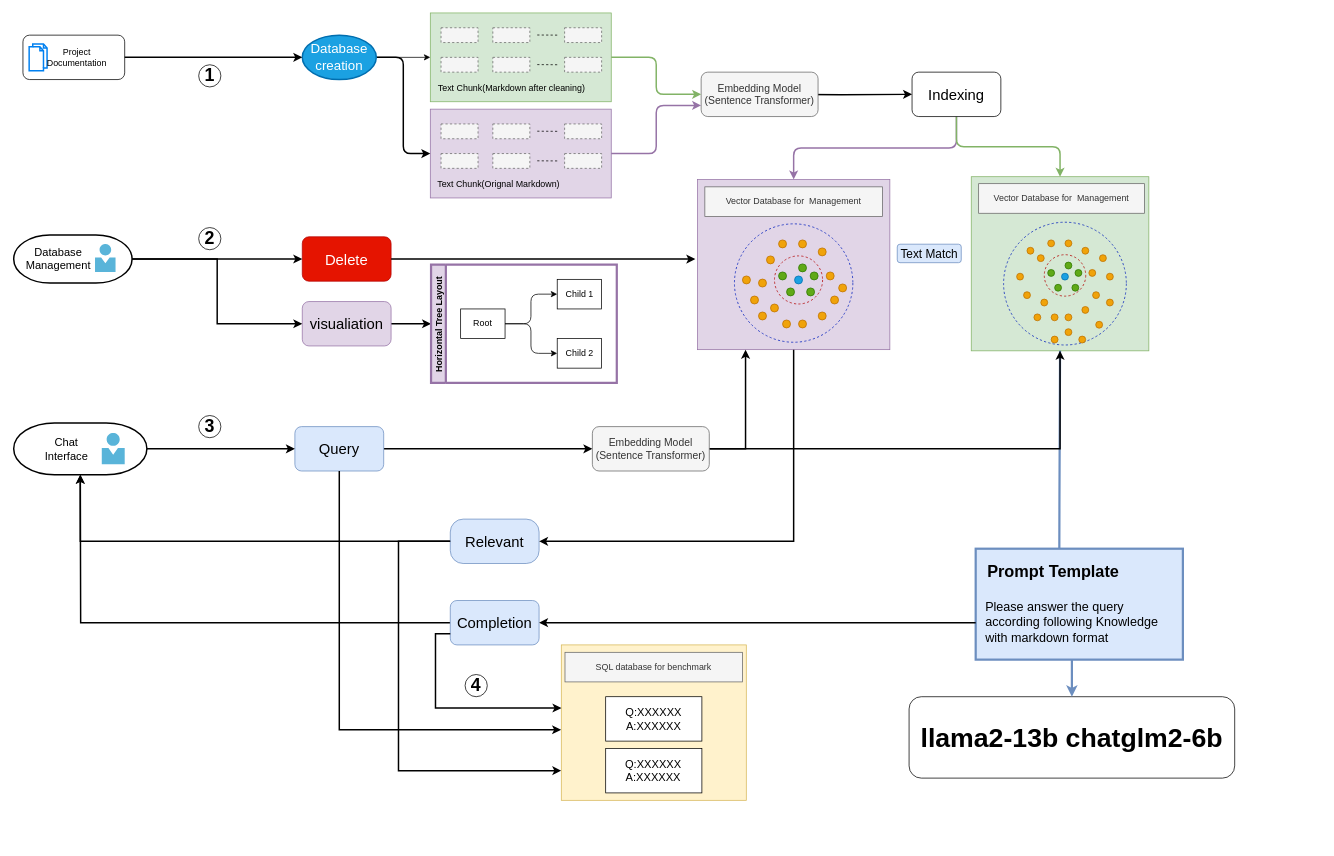
Above: chatbot.drawio in PRIDE-Archive/pride-chat-ui (draw.io), before the change. Source tidied: cells renumbered, new cells numbered last; positions are measured from the earlier drawing's top-left corner, leaving out a move shared by most shapes. Both pictures are drawn from the tidied source at 74%, with x=0, y=0 at pixel (13, 13).
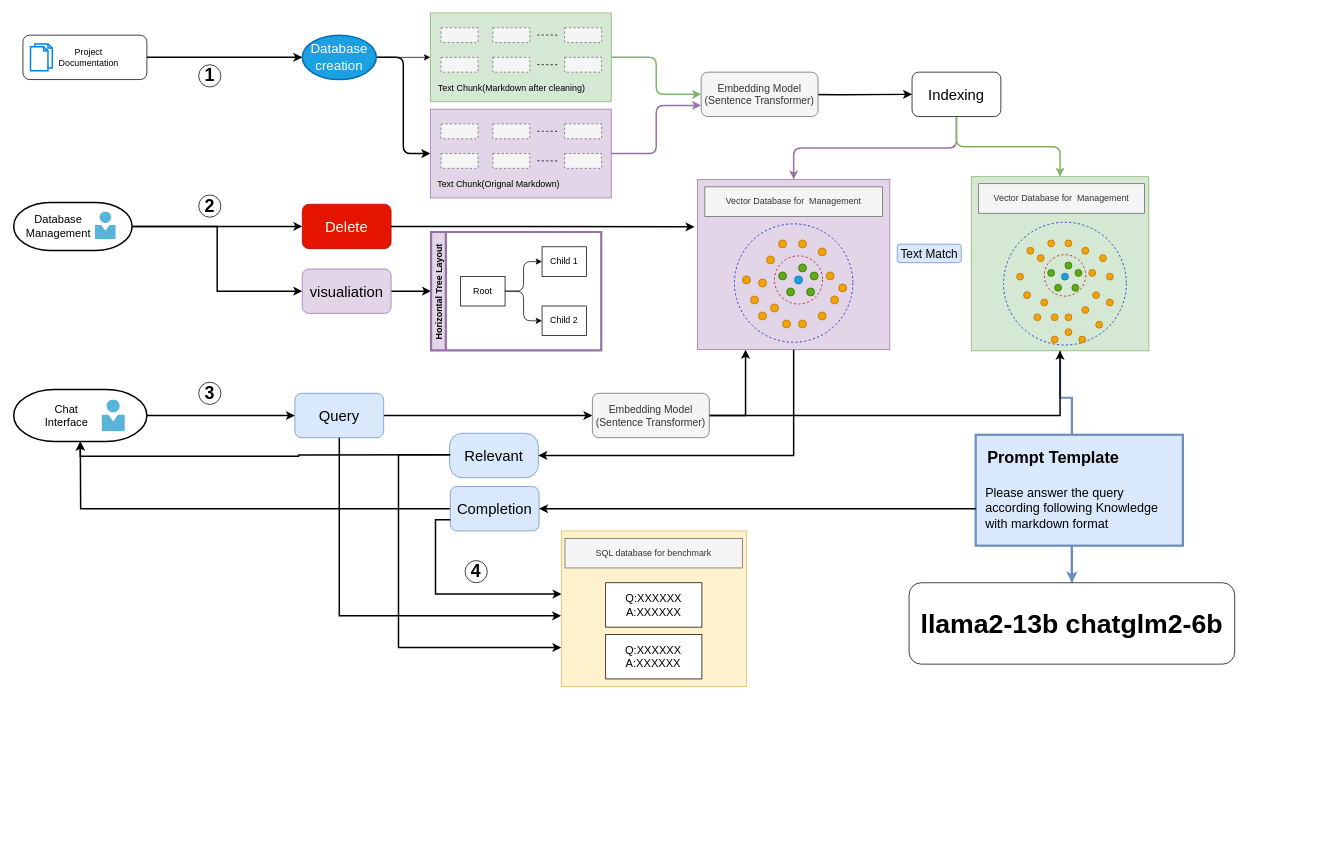
After the change.

The change refers to these unchanged cells:
```xml
<mxCell id="3" style="rounded=0;whiteSpace=wrap;html=1;fillColor=#e1d5e7;strokeColor=#9673a6;" parent="2" vertex="1">
  <mxGeometry x="-55" y="15" width="260" height="230" as="geometry" />
</mxCell>
<mxCell id="29" style="group;" parent="1" vertex="1">
  <mxGeometry x="1450" y="220" width="317.3" height="260" as="geometry" />
</mxCell>
<mxCell id="30" style="rounded=0;whiteSpace=wrap;html=1;fillColor=#d5e8d4;strokeColor=#82b366;" parent="29" vertex="1">
  <mxGeometry x="-156" y="1.3" width="240" height="235.3" as="geometry" />
</mxCell>
<mxCell id="118" style="strokeWidth=2;html=1;shape=mxgraph.flowchart.terminator;whiteSpace=wrap;" parent="117" vertex="1">
  <mxGeometry width="180" height="70" as="geometry" />
</mxCell>
<mxCell id="140" style="group;" parent="1" vertex="1">
  <mxGeometry x="710" y="854" width="310" height="268" as="geometry" />
</mxCell>
```

Diff of the diagram source:
```diff
@@
     <mxCell id="61" style="endArrow=none;html=1;rounded=0;strokeWidth=3;fillColor=#dae8fc;strokeColor=#6c8ebf;entryX=0.5;entryY=1;entryDx=0;entryDy=0;edgeStyle=orthogonalEdgeStyle;" parent="29" edge="1" target="30">
       <mxGeometry relative="1" as="geometry">
-        <mxPoint x="-37.3" y="630" as="sourcePoint" />
+        <mxPoint x="-20" y="550" as="sourcePoint" />
+        <Array as="points">
+          <mxPoint x="-20" y="300" />
+          <mxPoint x="-36" y="300" />
+        </Array>
       </mxGeometry>
     </mxCell>
@@
     <mxCell id="91" style="group;" parent="1" vertex="1">
-      <mxGeometry x="12.5" y="30" width="137.5" height="60" as="geometry" />
+      <mxGeometry x="12.5" y="30" width="167.5" height="60" as="geometry" />
     </mxCell>
     <mxCell id="92" style="rounded=1;whiteSpace=wrap;html=1;" parent="91" vertex="1">
-      <mxGeometry width="137.5" height="60" as="geometry" />
+      <mxGeometry width="167.5" height="60" as="geometry" />
     </mxCell>
     <mxCell id="93" style="html=1;verticalLabelPosition=bottom;align=center;labelBackgroundColor=#ffffff;verticalAlign=top;strokeWidth=2;strokeColor=#0080F0;shadow=0;dashed=0;shape=mxgraph.ios7.icons.documents;" parent="91" vertex="1">
-      <mxGeometry x="8.4" y="12" width="24.2" height="36" as="geometry" />
+      <mxGeometry x="10.2" y="12" width="29.5" height="36" as="geometry" />
     </mxCell>
     <mxCell id="94" value="Project&lt;br&gt;Documentation" style="text;strokeColor=none;align=center;fillColor=none;html=1;verticalAlign=middle;whiteSpace=wrap;rounded=0;" parent="91" vertex="1">
-      <mxGeometry x="40.7" y="12" width="64.6" height="36" as="geometry" />
+      <mxGeometry x="49.5" y="12" width="78.6" height="36" as="geometry" />
     </mxCell>
@@
     <mxCell id="100" style="group;" parent="1" vertex="1">
-      <mxGeometry y="300" width="160" height="65" as="geometry" />
+      <mxGeometry y="256" width="160" height="65" as="geometry" />
     </mxCell>
@@
     <mxCell id="104" value="&lt;span style=&quot;font-size: 20px;&quot;&gt;Delete&lt;/span&gt;" style="rounded=1;whiteSpace=wrap;html=1;fillColor=#e51400;strokeColor=#B20000;fontColor=#ffffff;" parent="1" vertex="1">
-      <mxGeometry x="390" y="302.5" width="120" height="60" as="geometry" />
+      <mxGeometry x="390" y="258.5" width="120" height="60" as="geometry" />
     </mxCell>
@@
     <mxCell id="106" value="&lt;span style=&quot;font-size: 20px;&quot;&gt;visualiation&lt;/span&gt;" style="rounded=1;whiteSpace=wrap;html=1;fillColor=#e1d5e7;strokeColor=#9673a6;" parent="1" vertex="1">
-      <mxGeometry x="390" y="390" width="120" height="60" as="geometry" />
+      <mxGeometry x="390" y="346" width="120" height="60" as="geometry" />
     </mxCell>
@@
     <mxCell id="109" value="&lt;font style=&quot;font-size: 24px;&quot;&gt;&lt;b&gt;2&lt;/b&gt;&lt;/font&gt;" style="ellipse;whiteSpace=wrap;html=1;" parent="1" vertex="1">
-      <mxGeometry x="250" y="290" width="30" height="30" as="geometry" />
+      <mxGeometry x="250" y="246" width="30" height="30" as="geometry" />
     </mxCell>
-    <mxCell id="110" style="edgeStyle=orthogonalEdgeStyle;rounded=0;jettySize=auto;html=1;exitX=1;exitY=0.5;exitDx=0;exitDy=0;entryX=-0.011;entryY=0.468;entryDx=0;entryDy=0;entryPerimeter=0;strokeWidth=2;" parent="1" edge="1" source="104" target="3">
-      <mxGeometry relative="1" as="geometry" />
+    <mxCell id="110" style="rounded=0;jettySize=auto;html=1;exitX=1;exitY=0.5;exitDx=0;exitDy=0;strokeWidth=2;" parent="1" edge="1" source="104">
+      <mxGeometry relative="1" as="geometry">
+        <mxPoint x="920" y="289" as="targetPoint" />
+      </mxGeometry>
     </mxCell>
     <mxCell id="111" value="Horizontal Tree Layout" style="swimlane;startSize=20;horizontal=0;horizontalTree=1;containerType=tree;fontSize=12;fillColor=#e1d5e7;strokeColor=#9673a6;strokeWidth=3;" parent="1" vertex="1">
-      <mxGeometry x="564" y="340" width="251" height="160" as="geometry" />
+      <mxGeometry x="564" y="296" width="230" height="160" as="geometry" />
     </mxCell>
@@
     <mxCell id="113" value="Child 1" style="whiteSpace=wrap;html=1;" parent="111" vertex="1">
-      <mxGeometry x="170.5" y="20" width="60" height="40" as="geometry" />
+      <mxGeometry x="150" y="20" width="60" height="40" as="geometry" />
     </mxCell>
@@
     <mxCell id="115" value="Child 2" style="whiteSpace=wrap;html=1;" parent="111" vertex="1">
-      <mxGeometry x="170.5" y="100" width="60" height="40" as="geometry" />
+      <mxGeometry x="150" y="100" width="60" height="40" as="geometry" />
     </mxCell>
@@
     <mxCell id="117" style="group;" parent="1" vertex="1">
-      <mxGeometry y="554" width="180" height="70" as="geometry" />
+      <mxGeometry y="509" width="180" height="70" as="geometry" />
     </mxCell>
@@
     <mxCell id="122" value="&lt;span style=&quot;font-size: 20px;&quot;&gt;Query&lt;/span&gt;" style="rounded=1;whiteSpace=wrap;html=1;fillColor=#dae8fc;strokeColor=#6c8ebf;" parent="1" vertex="1">
-      <mxGeometry x="380" y="559" width="120" height="60" as="geometry" />
+      <mxGeometry x="380" y="514" width="120" height="60" as="geometry" />
     </mxCell>
@@
     <mxCell id="125" value="&lt;font style=&quot;font-size: 14px;&quot;&gt;Embedding Model&lt;br&gt;(Sentence Transformer)&lt;br&gt;&lt;/font&gt;" style="rounded=1;whiteSpace=wrap;html=1;fillColor=#f5f5f5;fontColor=#333333;strokeColor=#666666;" parent="1" vertex="1">
-      <mxGeometry x="782" y="559" width="158" height="60" as="geometry" />
+      <mxGeometry x="782" y="514" width="158" height="60" as="geometry" />
     </mxCell>
-    <mxCell id="126" style="edgeStyle=orthogonalEdgeStyle;rounded=0;jettySize=auto;html=1;exitX=0;exitY=0.5;exitDx=0;exitDy=0;strokeWidth=2;" parent="1" edge="1" source="127" target="141">
+    <mxCell id="126" style="edgeStyle=orthogonalEdgeStyle;rounded=0;jettySize=auto;html=1;exitX=0;exitY=0.5;exitDx=0;exitDy=0;strokeWidth=2;entryX=0;entryY=0.75;entryDx=0;entryDy=0;" parent="1" edge="1" source="127" target="141">
       <mxGeometry relative="1" as="geometry">
         <Array as="points">
-          <mxPoint x="520" y="714" />
-          <mxPoint x="520" y="1024" />
+          <mxPoint x="520" y="597" />
+          <mxPoint x="520" y="858" />
         </Array>
       </mxGeometry>
     </mxCell>
     <mxCell id="127" value="&lt;span style=&quot;font-size: 20px;&quot;&gt;Relevant&lt;/span&gt;" style="rounded=1;whiteSpace=wrap;html=1;fillColor=#dae8fc;strokeColor=#6c8ebf;arcSize=29;" parent="1" vertex="1">
-      <mxGeometry x="590" y="684" width="120" height="60" as="geometry" />
+      <mxGeometry x="589" y="568" width="120" height="60" as="geometry" />
     </mxCell>
     <mxCell id="128" style="edgeStyle=orthogonalEdgeStyle;rounded=0;jettySize=auto;html=1;exitX=0;exitY=0.5;exitDx=0;exitDy=0;strokeWidth=2;" parent="1" edge="1" source="129">
       <mxGeometry relative="1" as="geometry">
-        <mxPoint x="90" y="624" as="targetPoint" />
+        <mxPoint x="90" y="579" as="targetPoint" />
       </mxGeometry>
     </mxCell>
     <mxCell id="129" value="&lt;span style=&quot;font-size: 20px;&quot;&gt;Completion&lt;/span&gt;" style="rounded=1;whiteSpace=wrap;html=1;fillColor=#dae8fc;strokeColor=#6c8ebf;" parent="1" vertex="1">
-      <mxGeometry x="590" y="794" width="120" height="60" as="geometry" />
+      <mxGeometry x="590" y="640" width="120" height="60" as="geometry" />
     </mxCell>
@@
     <mxCell id="131" style="group;fillColor=#dae8fc;strokeColor=#6c8ebf;strokeWidth=3;" parent="1" vertex="1">
-      <mxGeometry x="1300" y="724" width="280" height="149.9" as="geometry" />
+      <mxGeometry x="1300" y="570" width="280" height="149.9" as="geometry" />
     </mxCell>
@@
-    <mxCell id="136" style="edgeStyle=orthogonalEdgeStyle;rounded=0;jettySize=auto;html=1;exitX=0;exitY=0.5;exitDx=0;exitDy=0;entryX=0.5;entryY=1;entryDx=0;entryDy=0;entryPerimeter=0;strokeWidth=2;" parent="1" edge="1" source="127" target="118">
-      <mxGeometry relative="1" as="geometry" />
+    <mxCell id="136" style="rounded=0;jettySize=auto;html=1;strokeWidth=2;edgeStyle=orthogonalEdgeStyle;entryX=0.5;entryY=1;entryDx=0;entryDy=0;entryPerimeter=0;" parent="1" edge="1" target="118">
+      <mxGeometry relative="1" as="geometry">
+        <mxPoint x="590" y="597" as="sourcePoint" />
+      </mxGeometry>
     </mxCell>
     <mxCell id="137" value="&lt;font style=&quot;font-size: 36px;&quot;&gt;&lt;b&gt;llama2-13b chatglm2-6b&lt;/b&gt;&lt;/font&gt;" style="rounded=1;whiteSpace=wrap;html=1;" parent="1" vertex="1">
-      <mxGeometry x="1210" y="924" width="440" height="110" as="geometry" />
+      <mxGeometry x="1210" y="770" width="440" height="110" as="geometry" />
     </mxCell>
@@
     <mxCell id="139" value="&lt;font style=&quot;font-size: 24px;&quot;&gt;&lt;b&gt;3&lt;/b&gt;&lt;/font&gt;" style="ellipse;whiteSpace=wrap;html=1;" parent="1" vertex="1">
-      <mxGeometry x="250" y="544" width="30" height="30" as="geometry" />
+      <mxGeometry x="250" y="499" width="30" height="30" as="geometry" />
     </mxCell>
@@
     <mxCell id="141" style="rounded=0;whiteSpace=wrap;html=1;fillColor=#fff2cc;strokeColor=#d6b656;" parent="140" vertex="1">
-      <mxGeometry x="30" width="250" height="210" as="geometry" />
+      <mxGeometry x="30" y="-154" width="250" height="210" as="geometry" />
     </mxCell>
     <mxCell id="142" value="SQL database for benchmark" style="rounded=0;whiteSpace=wrap;html=1;fillColor=#f5f5f5;fontColor=#333333;strokeColor=#666666;" parent="140" vertex="1">
-      <mxGeometry x="35" y="10" width="240" height="40" as="geometry" />
+      <mxGeometry x="35" y="-144" width="240" height="40" as="geometry" />
     </mxCell>
     <mxCell id="143" style="group;" parent="140" vertex="1">
-      <mxGeometry x="90" y="70" width="130" height="60" as="geometry" />
+      <mxGeometry x="90" y="-84" width="130" height="60" as="geometry" />
     </mxCell>
@@
     <mxCell id="146" style="rounded=0;whiteSpace=wrap;html=1;" parent="140" vertex="1">
-      <mxGeometry x="90" y="140" width="130" height="60" as="geometry" />
+      <mxGeometry x="90" y="-14" width="130" height="60" as="geometry" />
     </mxCell>
     <mxCell id="147" value="&lt;font style=&quot;font-size: 15px;&quot;&gt;Q:XXXXXX&lt;br&gt;A:XXXXXX&lt;br&gt;&lt;/font&gt;" style="text;strokeColor=none;align=center;fillColor=none;html=1;verticalAlign=middle;whiteSpace=wrap;rounded=0;" parent="140" vertex="1">
-      <mxGeometry x="107.4" y="149" width="95.2" height="42" as="geometry" />
+      <mxGeometry x="107.4" y="-5" width="95.2" height="42" as="geometry" />
     </mxCell>
@@
     <mxCell id="150" value="&lt;font style=&quot;font-size: 24px;&quot;&gt;&lt;b&gt;4&lt;/b&gt;&lt;/font&gt;" style="ellipse;whiteSpace=wrap;html=1;" parent="1" vertex="1">
-      <mxGeometry x="610" y="894" width="30" height="30" as="geometry" />
+      <mxGeometry x="610" y="740" width="30" height="30" as="geometry" />
     </mxCell>
```
